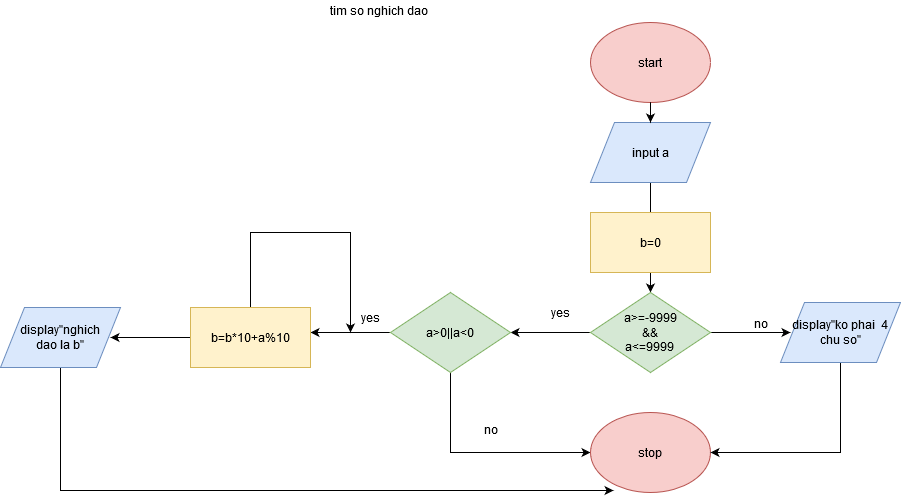
The draw.io diagram b10905.png in SCP120/LBEP1, before a commit. Source tidied: cells renumbered, new cells last; positions are measured from the earlier drawing's top-left corner, leaving out a move shared by most shapes.
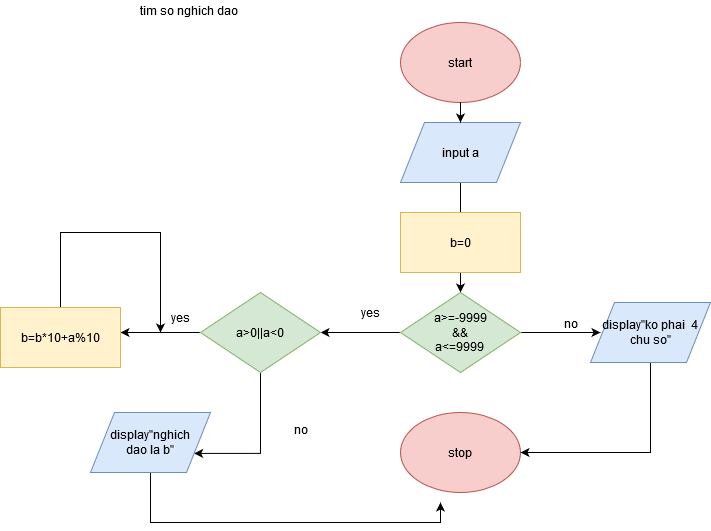
Above is the later version.

What changed in the source:
```diff
@@ -34,11 +34,10 @@
         <mxPoint x="310" y="332" as="targetPoint" />
       </mxGeometry>
     </mxCell>
-    <mxCell id="10" style="edgeStyle=orthogonalEdgeStyle;rounded=0;jettySize=auto;html=1;" parent="1" edge="1" source="11">
+    <mxCell id="10" style="edgeStyle=orthogonalEdgeStyle;rounded=0;jettySize=auto;html=1;entryX=1;entryY=0.75;entryDx=0;entryDy=0;" parent="1" edge="1" source="11" target="18">
       <mxGeometry relative="1" as="geometry">
-        <mxPoint x="590" y="452" as="targetPoint" />
         <Array as="points">
-          <mxPoint x="450" y="452" />
+          <mxPoint x="450" y="453" />
         </Array>
       </mxGeometry>
     </mxCell>
@@ -51,11 +50,6 @@
     <mxCell id="13" value="yes" style="text;html=1;align=center;verticalAlign=middle;" parent="1" vertex="1">
       <mxGeometry x="355" y="307" width="30" height="20" as="geometry" />
     </mxCell>
-    <mxCell id="14" style="edgeStyle=orthogonalEdgeStyle;rounded=0;jettySize=auto;html=1;" parent="1" edge="1" source="16">
-      <mxGeometry relative="1" as="geometry">
-        <mxPoint x="110" y="337" as="targetPoint" />
-      </mxGeometry>
-    </mxCell>
     <mxCell id="15" style="edgeStyle=orthogonalEdgeStyle;rounded=0;jettySize=auto;html=1;" parent="1" edge="1" source="16">
       <mxGeometry relative="1" as="geometry">
         <mxPoint x="350" y="332" as="targetPoint" />
@@ -67,15 +61,16 @@
     <mxCell id="16" value="b=b*10+a%10" style="rounded=0;whiteSpace=wrap;html=1;fillColor=#fff2cc;strokeColor=#d6b656;" parent="1" vertex="1">
       <mxGeometry x="190" y="307" width="120" height="60" as="geometry" />
     </mxCell>
-    <mxCell id="17" style="edgeStyle=orthogonalEdgeStyle;rounded=0;jettySize=auto;html=1;entryX=0.192;entryY=0.975;entryDx=0;entryDy=0;entryPerimeter=0;" parent="1" edge="1" source="18" target="23">
-      <mxGeometry relative="1" as="geometry">
-        <Array as="points">
-          <mxPoint x="60" y="490" />
-        </Array>
-      </mxGeometry>
-    </mxCell>
+    <mxCell id="27" style="edgeStyle=orthogonalEdgeStyle;rounded=0;jettySize=auto;html=1;" parent="1" edge="1" source="18">
+      <mxGeometry relative="1" as="geometry">
+        <mxPoint x="630" y="502" as="targetPoint" />
+        <Array as="points">
+          <mxPoint x="340" y="522" />
+        </Array>
+      </mxGeometry>
+    </mxCell>
     <mxCell id="18" value="&lt;div&gt;display&quot;nghich&lt;/div&gt;&lt;div&gt;dao la b&quot;&lt;br&gt;&lt;/div&gt;" style="shape=parallelogram;perimeter=parallelogramPerimeter;whiteSpace=wrap;html=1;fillColor=#dae8fc;strokeColor=#6c8ebf;" parent="1" vertex="1">
-      <mxGeometry y="307" width="120" height="60" as="geometry" />
+      <mxGeometry x="280" y="412" width="120" height="60" as="geometry" />
     </mxCell>
     <mxCell id="19" value="input a" style="shape=parallelogram;perimeter=parallelogramPerimeter;whiteSpace=wrap;html=1;fillColor=#dae8fc;strokeColor=#6c8ebf;" parent="1" vertex="1">
       <mxGeometry x="590" y="122" width="120" height="60" as="geometry" />
```
